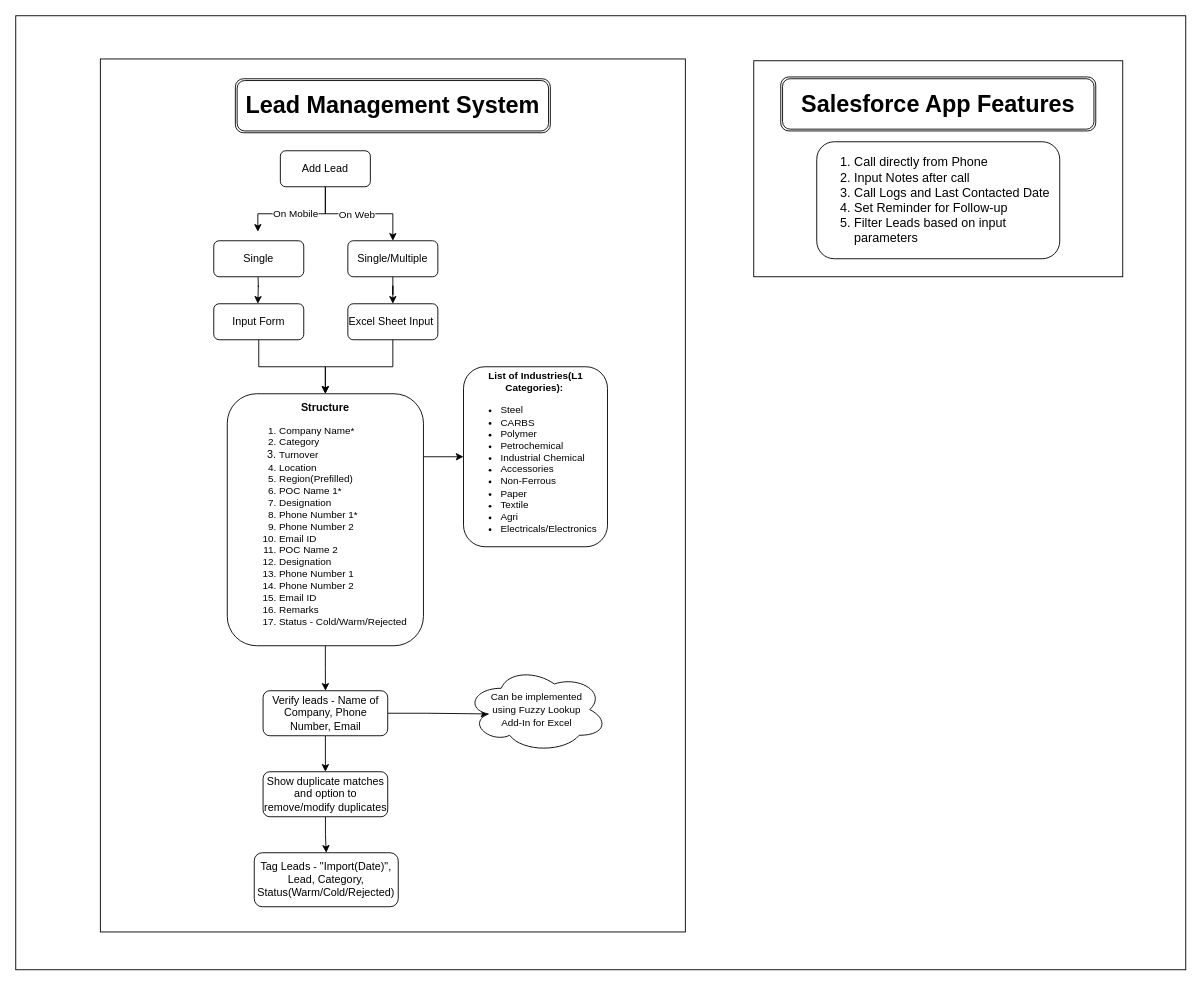
Before: page "Lead Management System" (3 of 3) of OfCommerce Workflow.drawio in VimanyuAggarwal/PracticeRepository, a draw.io diagram. Source tidied: cells renumbered, new cells numbered last; positions are measured from the earlier drawing's top-left corner, leaving out a move shared by most shapes. Both pictures are drawn from the tidied source at 90%, with x=0, y=0 at pixel (15, 15).
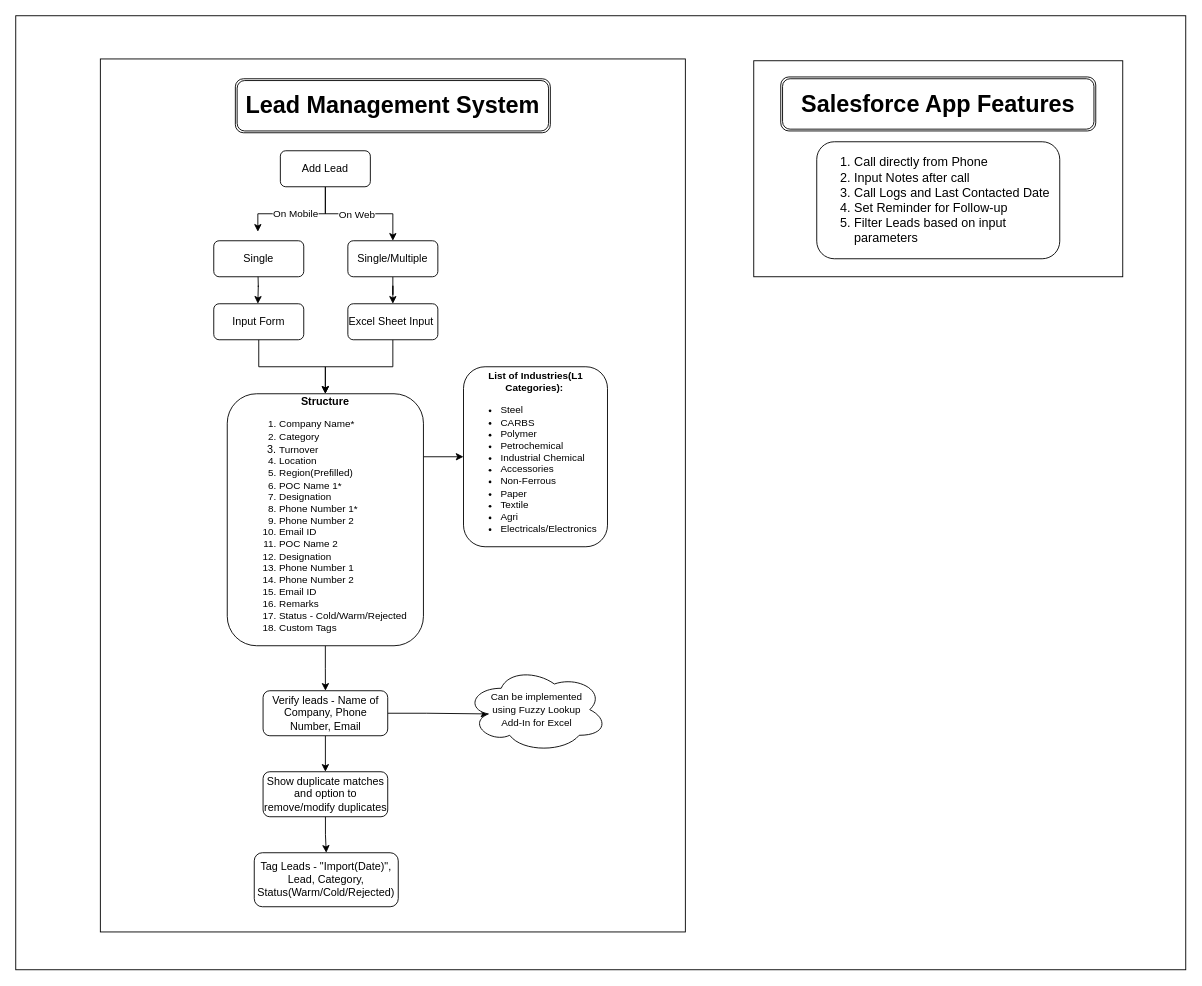
The same page after the edit.

Diff of the diagram source:
```diff
@@
-    <mxCell id="2" style="rounded=0;whiteSpace=wrap;html=1;fillColor=none;" parent="1" vertex="1">
+    <mxCell id="2" style="rounded=0;whiteSpace=wrap;html=1;" parent="1" vertex="1">
       <mxGeometry width="1300" height="1060" as="geometry" />
     </mxCell>
@@
-    <mxCell id="20" value="&lt;b&gt;Structure&lt;/b&gt;&lt;br&gt;&lt;ol&gt;&lt;li style=&quot;font-size: 11px ; text-align: left&quot;&gt;Company Name*&lt;/li&gt;&lt;li style=&quot;font-size: 11px ; text-align: left&quot;&gt;&lt;span&gt;Category&lt;/span&gt;&lt;/li&gt;&lt;li style=&quot;text-align: left&quot;&gt;&lt;span style=&quot;font-size: 11px&quot;&gt;Turnover&lt;/span&gt;&lt;br&gt;&lt;/li&gt;&lt;li style=&quot;font-size: 11px ; text-align: left&quot;&gt;&lt;span&gt;Location&lt;/span&gt;&lt;br&gt;&lt;/li&gt;&lt;li style=&quot;font-size: 11px ; text-align: left&quot;&gt;Region(Prefilled)&lt;/li&gt;&lt;li style=&quot;font-size: 11px ; text-align: left&quot;&gt;POC Name 1*&lt;/li&gt;&lt;li style=&quot;font-size: 11px ; text-align: left&quot;&gt;Designation&lt;/li&gt;&lt;li style=&quot;font-size: 11px ; text-align: left&quot;&gt;Phone Number 1*&lt;/li&gt;&lt;li style=&quot;font-size: 11px ; text-align: left&quot;&gt;Phone Number 2&lt;/li&gt;&lt;li style=&quot;font-size: 11px ; text-align: left&quot;&gt;Email ID&lt;/li&gt;&lt;li style=&quot;font-size: 11px ; text-align: left&quot;&gt;POC Name 2&lt;/li&gt;&lt;li style=&quot;font-size: 11px ; text-align: left&quot;&gt;Designation&lt;/li&gt;&lt;li style=&quot;font-size: 11px ; text-align: left&quot;&gt;Phone Number 1&lt;/li&gt;&lt;li style=&quot;font-size: 11px ; text-align: left&quot;&gt;Phone Number 2&lt;/li&gt;&lt;li style=&quot;font-size: 11px ; text-align: left&quot;&gt;Email ID&lt;/li&gt;&lt;li style=&quot;font-size: 11px ; text-align: left&quot;&gt;Remarks&lt;/li&gt;&lt;li style=&quot;font-size: 11px ; text-align: left&quot;&gt;Status - Cold/Warm/Rejected&lt;/li&gt;&lt;/ol&gt;" style="rounded=1;whiteSpace=wrap;html=1;" parent="1" vertex="1">
+    <mxCell id="20" value="&lt;b&gt;Structure&lt;/b&gt;&lt;br&gt;&lt;ol&gt;&lt;li style=&quot;font-size: 11px ; text-align: left&quot;&gt;Company Name*&lt;/li&gt;&lt;li style=&quot;font-size: 11px ; text-align: left&quot;&gt;&lt;span&gt;Category&lt;/span&gt;&lt;/li&gt;&lt;li style=&quot;text-align: left&quot;&gt;&lt;span style=&quot;font-size: 11px&quot;&gt;Turnover&lt;/span&gt;&lt;br&gt;&lt;/li&gt;&lt;li style=&quot;font-size: 11px ; text-align: left&quot;&gt;&lt;span&gt;Location&lt;/span&gt;&lt;br&gt;&lt;/li&gt;&lt;li style=&quot;font-size: 11px ; text-align: left&quot;&gt;Region(Prefilled)&lt;/li&gt;&lt;li style=&quot;font-size: 11px ; text-align: left&quot;&gt;POC Name 1*&lt;/li&gt;&lt;li style=&quot;font-size: 11px ; text-align: left&quot;&gt;Designation&lt;/li&gt;&lt;li style=&quot;font-size: 11px ; text-align: left&quot;&gt;Phone Number 1*&lt;/li&gt;&lt;li style=&quot;font-size: 11px ; text-align: left&quot;&gt;Phone Number 2&lt;/li&gt;&lt;li style=&quot;font-size: 11px ; text-align: left&quot;&gt;Email ID&lt;/li&gt;&lt;li style=&quot;font-size: 11px ; text-align: left&quot;&gt;POC Name 2&lt;/li&gt;&lt;li style=&quot;font-size: 11px ; text-align: left&quot;&gt;Designation&lt;/li&gt;&lt;li style=&quot;font-size: 11px ; text-align: left&quot;&gt;Phone Number 1&lt;/li&gt;&lt;li style=&quot;font-size: 11px ; text-align: left&quot;&gt;Phone Number 2&lt;/li&gt;&lt;li style=&quot;font-size: 11px ; text-align: left&quot;&gt;Email ID&lt;/li&gt;&lt;li style=&quot;font-size: 11px ; text-align: left&quot;&gt;Remarks&lt;/li&gt;&lt;li style=&quot;font-size: 11px ; text-align: left&quot;&gt;Status - Cold/Warm/Rejected&lt;/li&gt;&lt;li style=&quot;font-size: 11px ; text-align: left&quot;&gt;Custom Tags&lt;/li&gt;&lt;/ol&gt;" style="rounded=1;whiteSpace=wrap;html=1;" parent="1" vertex="1">
       <mxGeometry x="235" y="420" width="218" height="280" as="geometry" />
     </mxCell>
```
